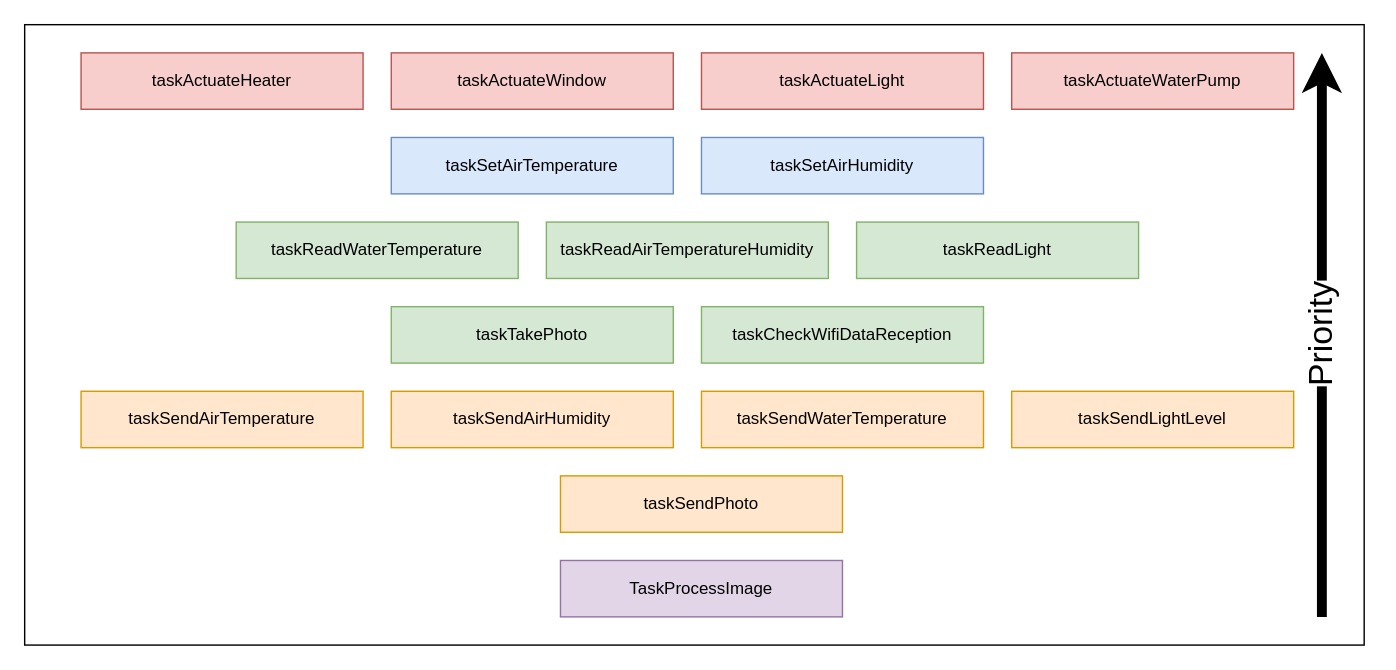
Before: Diagrams/taskpriority.drawio in rafaelandrepedro/embebidos2122, a draw.io diagram. Source tidied: cells renumbered, new cells numbered last; positions are measured from the earlier drawing's top-left corner, leaving out a move shared by most shapes. Both pictures are drawn from the tidied source at 141%, with x=0, y=0 at pixel (24, 24).
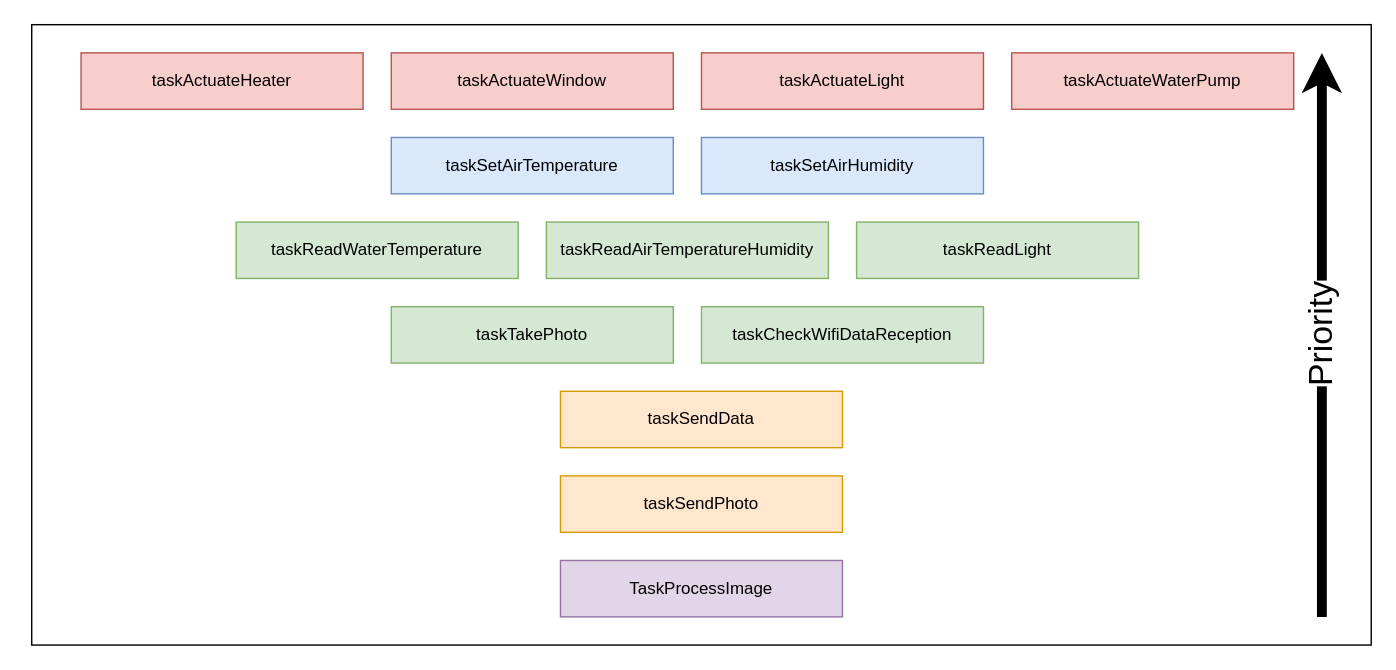
Above is the later version.

Diff of the diagram source:
```diff
@@
-    <mxCell id="7" value="taskSendWaterTemperature" style="rounded=0;whiteSpace=wrap;html=1;fillColor=#ffe6cc;strokeColor=#d79b00;" parent="1" vertex="1">
-      <mxGeometry x="480" y="260" width="200" height="40" as="geometry" />
-    </mxCell>
-    <mxCell id="8" value="taskSendLightLevel" style="rounded=0;whiteSpace=wrap;html=1;fillColor=#ffe6cc;strokeColor=#d79b00;" parent="1" vertex="1">
-      <mxGeometry x="700" y="260" width="200" height="40" as="geometry" />
-    </mxCell>
@@
-    <mxCell id="11" value="taskSendAirTemperature" style="rounded=0;whiteSpace=wrap;html=1;fillColor=#ffe6cc;strokeColor=#d79b00;" parent="1" vertex="1">
-      <mxGeometry x="40" y="260" width="200" height="40" as="geometry" />
+    <mxCell id="11" value="taskSendData" style="rounded=0;whiteSpace=wrap;html=1;fillColor=#ffe6cc;strokeColor=#d79b00;" parent="1" vertex="1">
+      <mxGeometry x="380" y="260" width="200" height="40" as="geometry" />
     </mxCell>
-    <mxCell id="12" value="taskSendAirHumidity" style="rounded=0;whiteSpace=wrap;html=1;fillColor=#ffe6cc;strokeColor=#d79b00;" parent="1" vertex="1">
-      <mxGeometry x="260" y="260" width="200" height="40" as="geometry" />
-    </mxCell>
@@
     <mxCell id="19" style="rounded=0;whiteSpace=wrap;html=1;fontSize=24;fillColor=none;" parent="1" vertex="1">
-      <mxGeometry width="950" height="440" as="geometry" />
+      <mxGeometry x="5" width="950" height="440" as="geometry" />
     </mxCell>
```
